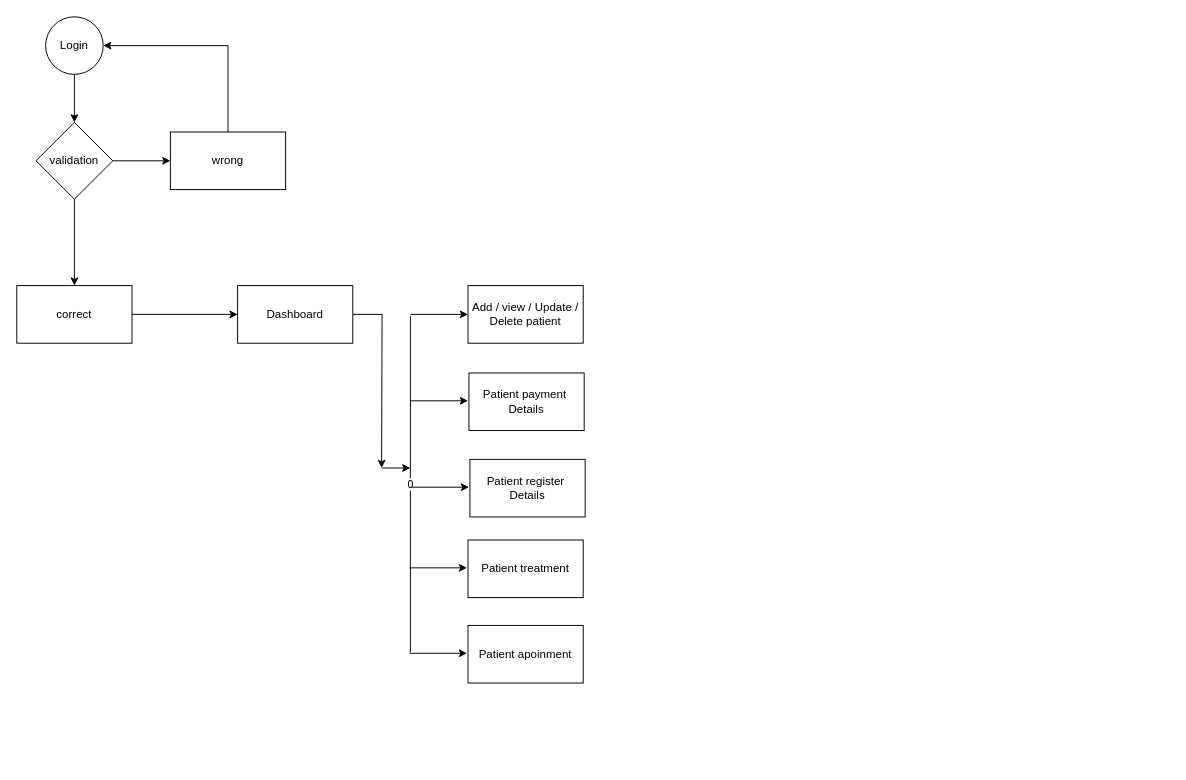
Sandeshhalagi/Ai keeps this draw.io diagram as ai.drawio. Above is the earlier version. Source tidied: cells renumbered, new cells numbered last; positions are measured from the earlier drawing's top-left corner, leaving out a move shared by most shapes. Both pictures are drawn from the tidied source at 96%, with x=0, y=0 at pixel (16, 16).
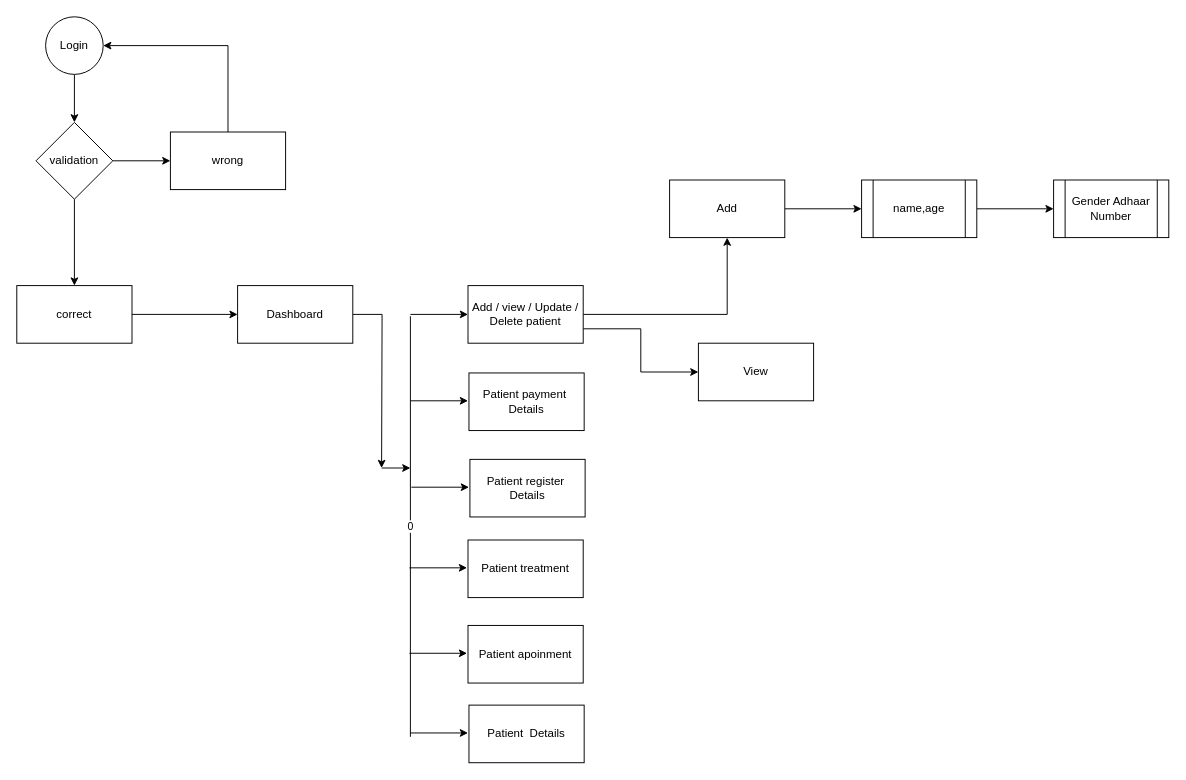
The same page after the edit.

The change refers to these unchanged cells:
```xml
<mxCell id="13" value="Add / view / Update / Delete patient" style="rounded=0;whiteSpace=wrap;html=1;" parent="1" vertex="1">
  <mxGeometry x="470" y="280" width="120" height="60" as="geometry" />
</mxCell>
```

Diff of the diagram source:
```diff
@@
+    <mxCell id="25" style="edgeStyle=orthogonalEdgeStyle;rounded=0;jettySize=auto;html=1;exitX=1;exitY=0.5;exitDx=0;exitDy=0;" parent="1" edge="1" source="13" target="32">
+      <mxGeometry relative="1" as="geometry" />
+    </mxCell>
+    <mxCell id="26" style="edgeStyle=orthogonalEdgeStyle;rounded=0;jettySize=auto;html=1;exitX=1;exitY=0.75;exitDx=0;exitDy=0;" parent="1" edge="1" source="13" target="33">
+      <mxGeometry relative="1" as="geometry" />
+    </mxCell>
@@
     <mxCell id="14" value="0" style="endArrow=none;html=1;rounded=0;" parent="1" edge="1">
       <mxGeometry relative="1" as="geometry">
-        <mxPoint x="410" y="662" as="sourcePoint" />
+        <mxPoint x="410" y="750" as="sourcePoint" />
         <mxPoint x="410" y="312" as="targetPoint" />
       </mxGeometry>
     </mxCell>
@@
+    <mxCell id="27" style="endArrow=classic;html=1;rounded=0;" parent="1" edge="1">
+      <mxGeometry relative="1" as="geometry">
+        <mxPoint x="410" y="746" as="sourcePoint" />
+        <mxPoint x="470" y="746" as="targetPoint" />
+      </mxGeometry>
+    </mxCell>
+    <mxCell id="28" value="Patient&amp;nbsp; Details" style="rounded=0;whiteSpace=wrap;html=1;" parent="1" vertex="1">
+      <mxGeometry x="471" y="717" width="120" height="60" as="geometry" />
+    </mxCell>
+    <mxCell id="29" style="edgeStyle=orthogonalEdgeStyle;rounded=0;jettySize=auto;html=1;" parent="1" edge="1" source="30" target="34">
+      <mxGeometry relative="1" as="geometry" />
+    </mxCell>
+    <mxCell id="30" value="name,age" style="shape=process;whiteSpace=wrap;html=1;backgroundOutline=1;" parent="1" vertex="1">
+      <mxGeometry x="880" y="170" width="120" height="60" as="geometry" />
+    </mxCell>
+    <mxCell id="31" style="edgeStyle=orthogonalEdgeStyle;rounded=0;jettySize=auto;html=1;exitX=1;exitY=0.5;exitDx=0;exitDy=0;" parent="1" edge="1" source="32" target="30">
+      <mxGeometry relative="1" as="geometry" />
+    </mxCell>
+    <mxCell id="32" value="Add" style="rounded=0;whiteSpace=wrap;html=1;" parent="1" vertex="1">
+      <mxGeometry x="680" y="170" width="120" height="60" as="geometry" />
+    </mxCell>
+    <mxCell id="33" value="View" style="rounded=0;whiteSpace=wrap;html=1;" parent="1" vertex="1">
+      <mxGeometry x="710" y="340" width="120" height="60" as="geometry" />
+    </mxCell>
+    <mxCell id="34" value="Gender Adhaar Number" style="shape=process;whiteSpace=wrap;html=1;backgroundOutline=1;" parent="1" vertex="1">
+      <mxGeometry x="1080" y="170" width="120" height="60" as="geometry" />
+    </mxCell>
```
